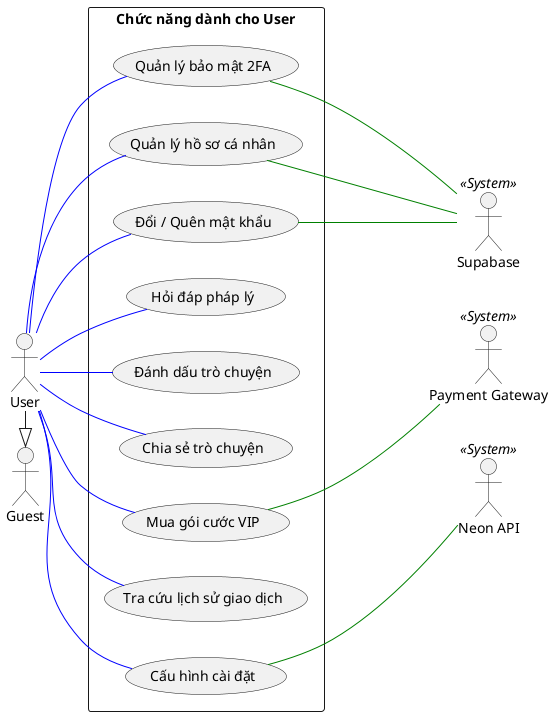
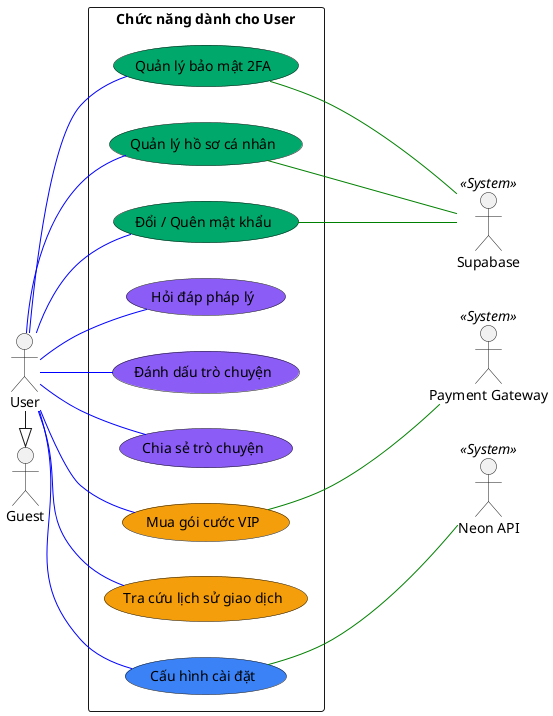
@startuml
left to right direction
skinparam packageStyle rectangle
skinparam shadowing false

actor "Guest" as Guest
actor "User" as User
together {
actor "Supabase" as Supabase << System >>
actor "Payment Gateway" as PaymentGateway << System >>
actor "Neon API" as NeonAPI << System >>
}
User -|> Guest

rectangle "Chức năng dành cho User" {
-   usecase "Quản lý bảo mật 2FA" as UC_MFA
-   usecase "Quản lý hồ sơ cá nhân" as UC_Profile
-   usecase "Đổi / Quên mật khẩu" as UC_Password
+   usecase "Quản lý bảo mật 2FA" as UC_MFA #00a86b
+   usecase "Quản lý hồ sơ cá nhân" as UC_Profile #00a86b
+   usecase "Đổi / Quên mật khẩu" as UC_Password #00a86b

-   usecase "Hỏi đáp pháp lý" as UC_Chat
-   usecase "Đánh dấu trò chuyện" as UC_Bookmark
-   usecase "Chia sẻ trò chuyện" as UC_Share
+   usecase "Hỏi đáp pháp lý" as UC_Chat #8b5cf6
+   usecase "Đánh dấu trò chuyện" as UC_Bookmark #8b5cf6
+   usecase "Chia sẻ trò chuyện" as UC_Share #8b5cf6

-   usecase "Mua gói cước VIP" as UC_PurchaseVIP
-   usecase "Tra cứu lịch sử giao dịch" as UC_TransactionHistory
+   usecase "Mua gói cước VIP" as UC_PurchaseVIP #f59e0b
+   usecase "Tra cứu lịch sử giao dịch" as UC_TransactionHistory #f59e0b

-   usecase "Cấu hình cài đặt" as UC_Settings
+   usecase "Cấu hình cài đặt" as UC_Settings #3b82f6
}

User -- UC_MFA #blue
User -- UC_Profile #blue
User -- UC_Password #blue
User -- UC_Settings #blue
User -- UC_Chat #blue
User -- UC_Bookmark #blue
User -- UC_Share #blue

UC_MFA --- Supabase #green
UC_Profile --- Supabase #green
UC_Password --- Supabase #green
User -- UC_PurchaseVIP #blue
UC_PurchaseVIP --- PaymentGateway #green
User -- UC_TransactionHistory #blue
UC_Settings --- NeonAPI #green
@enduml
